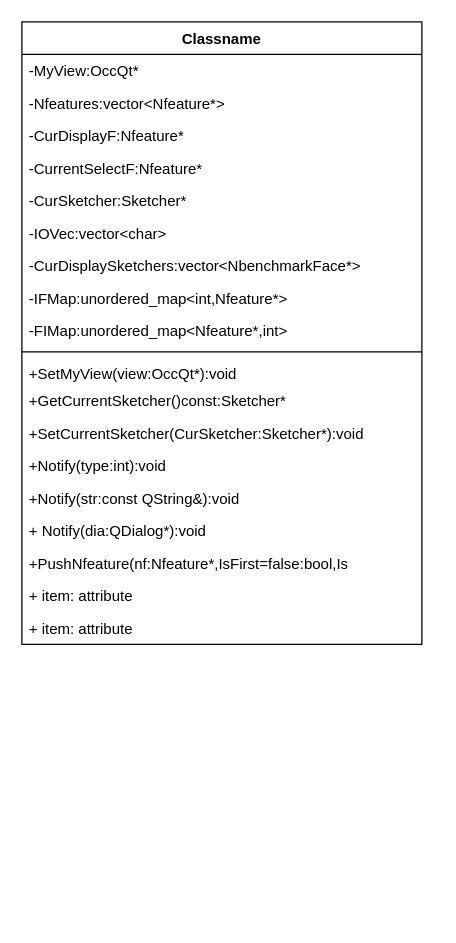
This is modeldata.drawio from liuhuliuhu123/First-test, a draw.io file, before an edit. Source tidied: cells renumbered, new cells numbered last; positions are measured from the earlier drawing's top-left corner, leaving out a move shared by most shapes. Both pictures are drawn from the tidied source at 125%, with x=0, y=0 at pixel (21, 21).
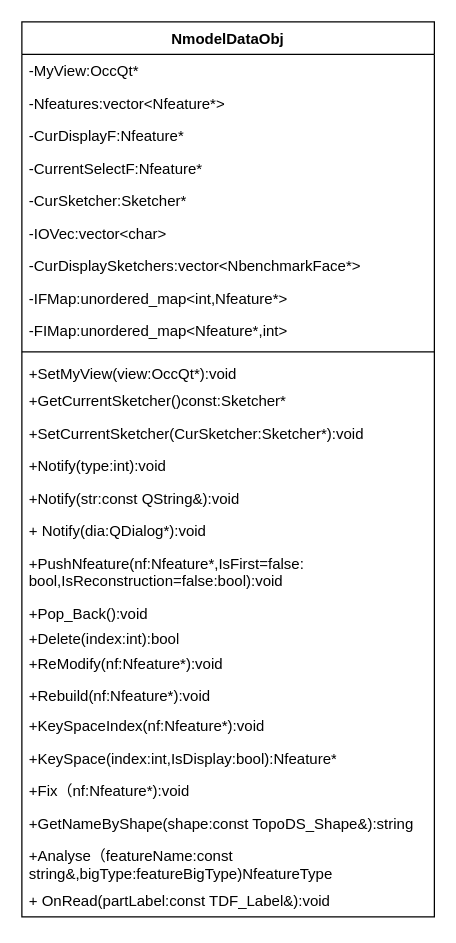
After the change.

The edit, as a diff of the source:
```diff
@@
-    <mxCell id="2" value="Classname" style="swimlane;fontStyle=1;align=center;verticalAlign=top;horizontal=1;startSize=26;whiteSpace=wrap;html=1;" parent="1" vertex="1">
-      <mxGeometry width="320" height="498" as="geometry" />
+    <mxCell id="2" value="NmodelDataObj" style="swimlane;fontStyle=1;align=center;verticalAlign=top;horizontal=1;startSize=26;whiteSpace=wrap;html=1;" parent="1" vertex="1">
+      <mxGeometry width="330" height="716" as="geometry" />
     </mxCell>
     <mxCell id="3" value="-MyView:OccQt*" style="text;strokeColor=none;fillColor=none;align=left;verticalAlign=top;spacingLeft=4;spacingRight=4;overflow=hidden;whiteSpace=wrap;html=1;" parent="2" vertex="1">
-      <mxGeometry y="26" width="320" height="26" as="geometry" />
+      <mxGeometry y="26" width="330" height="26" as="geometry" />
     </mxCell>
     <mxCell id="4" value="-Nfeatures:vector&amp;lt;Nfeature*&amp;gt;" style="text;strokeColor=none;fillColor=none;align=left;verticalAlign=top;spacingLeft=4;spacingRight=4;overflow=hidden;whiteSpace=wrap;html=1;" parent="2" vertex="1">
-      <mxGeometry y="52" width="320" height="26" as="geometry" />
+      <mxGeometry y="52" width="330" height="26" as="geometry" />
     </mxCell>
     <mxCell id="5" value="-CurDisplayF:Nfeature*" style="text;strokeColor=none;fillColor=none;align=left;verticalAlign=top;spacingLeft=4;spacingRight=4;overflow=hidden;whiteSpace=wrap;html=1;" parent="2" vertex="1">
-      <mxGeometry y="78" width="320" height="26" as="geometry" />
+      <mxGeometry y="78" width="330" height="26" as="geometry" />
     </mxCell>
     <mxCell id="6" value="-CurrentSelectF:Nfeature*" style="text;strokeColor=none;fillColor=none;align=left;verticalAlign=top;spacingLeft=4;spacingRight=4;overflow=hidden;whiteSpace=wrap;html=1;" parent="2" vertex="1">
-      <mxGeometry y="104" width="320" height="26" as="geometry" />
+      <mxGeometry y="104" width="330" height="26" as="geometry" />
     </mxCell>
     <mxCell id="7" value="-CurSketcher:Sketcher*" style="text;strokeColor=none;fillColor=none;align=left;verticalAlign=top;spacingLeft=4;spacingRight=4;overflow=hidden;whiteSpace=wrap;html=1;" parent="2" vertex="1">
-      <mxGeometry y="130" width="320" height="26" as="geometry" />
+      <mxGeometry y="130" width="330" height="26" as="geometry" />
     </mxCell>
     <mxCell id="8" value="-IOVec:vector&amp;lt;char&amp;gt;" style="text;strokeColor=none;fillColor=none;align=left;verticalAlign=top;spacingLeft=4;spacingRight=4;overflow=hidden;whiteSpace=wrap;html=1;" parent="2" vertex="1">
-      <mxGeometry y="156" width="320" height="26" as="geometry" />
+      <mxGeometry y="156" width="330" height="26" as="geometry" />
     </mxCell>
     <mxCell id="9" value="-CurDisplaySketchers:vector&amp;lt;NbenchmarkFace*&amp;gt;" style="text;strokeColor=none;fillColor=none;align=left;verticalAlign=top;spacingLeft=4;spacingRight=4;overflow=hidden;whiteSpace=wrap;html=1;" parent="2" vertex="1">
-      <mxGeometry y="182" width="320" height="26" as="geometry" />
+      <mxGeometry y="182" width="330" height="26" as="geometry" />
     </mxCell>
     <mxCell id="10" value="-IFMap:unordered_map&amp;lt;int,Nfeature*&amp;gt;" style="text;strokeColor=none;fillColor=none;align=left;verticalAlign=top;spacingLeft=4;spacingRight=4;overflow=hidden;whiteSpace=wrap;html=1;" parent="2" vertex="1">
-      <mxGeometry y="208" width="320" height="26" as="geometry" />
+      <mxGeometry y="208" width="330" height="26" as="geometry" />
     </mxCell>
     <mxCell id="11" value="-FIMap:unordered_map&amp;lt;Nfeature*,int&amp;gt;" style="text;strokeColor=none;fillColor=none;align=left;verticalAlign=top;spacingLeft=4;spacingRight=4;overflow=hidden;whiteSpace=wrap;html=1;" parent="2" vertex="1">
-      <mxGeometry y="234" width="320" height="26" as="geometry" />
+      <mxGeometry y="234" width="330" height="26" as="geometry" />
     </mxCell>
     <mxCell id="12" style="line;strokeWidth=1;fillColor=none;align=left;verticalAlign=middle;spacingTop=-1;spacingLeft=3;spacingRight=3;labelPosition=right;strokeColor=inherit;" parent="2" vertex="1">
-      <mxGeometry y="260" width="320" height="8" as="geometry" />
+      <mxGeometry y="260" width="330" height="8" as="geometry" />
     </mxCell>
     <mxCell id="13" value="+SetMyView(view:OccQt*):void" style="text;strokeColor=none;fillColor=none;align=left;verticalAlign=top;spacingLeft=4;spacingRight=4;overflow=hidden;whiteSpace=wrap;html=1;" parent="2" vertex="1">
-      <mxGeometry y="268" width="320" height="22" as="geometry" />
+      <mxGeometry y="268" width="330" height="22" as="geometry" />
     </mxCell>
     <mxCell id="14" value="+GetCurrentSketcher()const:Sketcher*" style="text;strokeColor=none;fillColor=none;align=left;verticalAlign=top;spacingLeft=4;spacingRight=4;overflow=hidden;whiteSpace=wrap;html=1;" parent="2" vertex="1">
-      <mxGeometry y="290" width="320" height="26" as="geometry" />
+      <mxGeometry y="290" width="330" height="26" as="geometry" />
     </mxCell>
     <mxCell id="15" value="+SetCurrentSketcher(CurSketcher:Sketcher*):void" style="text;strokeColor=none;fillColor=none;align=left;verticalAlign=top;spacingLeft=4;spacingRight=4;overflow=hidden;whiteSpace=wrap;html=1;" parent="2" vertex="1">
-      <mxGeometry y="316" width="320" height="26" as="geometry" />
+      <mxGeometry y="316" width="330" height="26" as="geometry" />
     </mxCell>
     <mxCell id="16" value="+Notify(type:int):void" style="text;strokeColor=none;fillColor=none;align=left;verticalAlign=top;spacingLeft=4;spacingRight=4;overflow=hidden;whiteSpace=wrap;html=1;" parent="2" vertex="1">
-      <mxGeometry y="342" width="320" height="26" as="geometry" />
+      <mxGeometry y="342" width="330" height="26" as="geometry" />
     </mxCell>
     <mxCell id="17" value="+Notify(str:const QString&amp;amp;):void" style="text;strokeColor=none;fillColor=none;align=left;verticalAlign=top;spacingLeft=4;spacingRight=4;overflow=hidden;whiteSpace=wrap;html=1;" parent="2" vertex="1">
-      <mxGeometry y="368" width="320" height="26" as="geometry" />
+      <mxGeometry y="368" width="330" height="26" as="geometry" />
     </mxCell>
     <mxCell id="18" value="+ Notify(dia:QDialog*):void&lt;br&gt;" style="text;strokeColor=none;fillColor=none;align=left;verticalAlign=top;spacingLeft=4;spacingRight=4;overflow=hidden;whiteSpace=wrap;html=1;" parent="2" vertex="1">
-      <mxGeometry y="394" width="320" height="26" as="geometry" />
+      <mxGeometry y="394" width="330" height="26" as="geometry" />
     </mxCell>
-    <mxCell id="19" value="+PushNfeature(nf:Nfeature*,IsFirst=false:bool,Is" style="text;strokeColor=none;fillColor=none;align=left;verticalAlign=top;spacingLeft=4;spacingRight=4;overflow=hidden;whiteSpace=wrap;html=1;" parent="2" vertex="1">
-      <mxGeometry y="420" width="320" height="26" as="geometry" />
+    <mxCell id="19" value="+PushNfeature(nf:Nfeature*,IsFirst=false:&lt;br&gt;bool,IsReconstruction=false:bool):void" style="text;strokeColor=none;fillColor=none;align=left;verticalAlign=top;spacingLeft=4;spacingRight=4;overflow=hidden;whiteSpace=wrap;html=1;" parent="2" vertex="1">
+      <mxGeometry y="420" width="330" height="40" as="geometry" />
     </mxCell>
-    <mxCell id="20" value="+ item: attribute" style="text;strokeColor=none;fillColor=none;align=left;verticalAlign=top;spacingLeft=4;spacingRight=4;overflow=hidden;whiteSpace=wrap;html=1;" parent="2" vertex="1">
-      <mxGeometry y="446" width="320" height="26" as="geometry" />
+    <mxCell id="20" value="+Pop_Back():void" style="text;strokeColor=none;fillColor=none;align=left;verticalAlign=top;spacingLeft=4;spacingRight=4;overflow=hidden;whiteSpace=wrap;html=1;" parent="2" vertex="1">
+      <mxGeometry y="460" width="330" height="20" as="geometry" />
     </mxCell>
+    <mxCell id="22" value="+Delete(index:int):bool" style="text;strokeColor=none;fillColor=none;align=left;verticalAlign=top;spacingLeft=4;spacingRight=4;overflow=hidden;whiteSpace=wrap;html=1;" parent="2" vertex="1">
+      <mxGeometry y="480" width="330" height="20" as="geometry" />
+    </mxCell>
+    <mxCell id="23" value="+ReModify(nf:Nfeature*):void" style="text;strokeColor=none;fillColor=none;align=left;verticalAlign=top;spacingLeft=4;spacingRight=4;overflow=hidden;whiteSpace=wrap;html=1;" parent="2" vertex="1">
+      <mxGeometry y="500" width="330" height="26" as="geometry" />
+    </mxCell>
-    <mxCell id="21" value="+ item: attribute" style="text;strokeColor=none;fillColor=none;align=left;verticalAlign=top;spacingLeft=4;spacingRight=4;overflow=hidden;whiteSpace=wrap;html=1;" parent="2" vertex="1">
-      <mxGeometry y="472" width="320" height="26" as="geometry" />
+    <mxCell id="21" value="+Rebuild(nf:Nfeature*):void" style="text;strokeColor=none;fillColor=none;align=left;verticalAlign=top;spacingLeft=4;spacingRight=4;overflow=hidden;whiteSpace=wrap;html=1;" parent="2" vertex="1">
+      <mxGeometry y="526" width="330" height="24" as="geometry" />
     </mxCell>
+    <mxCell id="24" value="+KeySpaceIndex(nf:Nfeature*):void" style="text;strokeColor=none;fillColor=none;align=left;verticalAlign=top;spacingLeft=4;spacingRight=4;overflow=hidden;whiteSpace=wrap;html=1;" parent="2" vertex="1">
+      <mxGeometry y="550" width="330" height="26" as="geometry" />
+    </mxCell>
+    <mxCell id="25" value="+KeySpace(index:int,IsDisplay:bool):Nfeature*" style="text;strokeColor=none;fillColor=none;align=left;verticalAlign=top;spacingLeft=4;spacingRight=4;overflow=hidden;whiteSpace=wrap;html=1;" parent="2" vertex="1">
+      <mxGeometry y="576" width="330" height="26" as="geometry" />
+    </mxCell>
+    <mxCell id="26" value="+Fix（nf:Nfeature*):void" style="text;strokeColor=none;fillColor=none;align=left;verticalAlign=top;spacingLeft=4;spacingRight=4;overflow=hidden;whiteSpace=wrap;html=1;" parent="2" vertex="1">
+      <mxGeometry y="602" width="330" height="26" as="geometry" />
+    </mxCell>
+    <mxCell id="27" value="+GetNameByShape(shape:const TopoDS_Shape&amp;amp;):string" style="text;strokeColor=none;fillColor=none;align=left;verticalAlign=top;spacingLeft=4;spacingRight=4;overflow=hidden;whiteSpace=wrap;html=1;" parent="2" vertex="1">
+      <mxGeometry y="628" width="330" height="26" as="geometry" />
+    </mxCell>
+    <mxCell id="28" value="+Analyse（featureName:const string&amp;amp;,bigType:featureBigType)NfeatureType" style="text;strokeColor=none;fillColor=none;align=left;verticalAlign=top;spacingLeft=4;spacingRight=4;overflow=hidden;whiteSpace=wrap;html=1;" parent="2" vertex="1">
+      <mxGeometry y="654" width="330" height="36" as="geometry" />
+    </mxCell>
+    <mxCell id="29" value="+ OnRead(partLabel:const TDF_Label&amp;amp;):void" style="text;strokeColor=none;fillColor=none;align=left;verticalAlign=top;spacingLeft=4;spacingRight=4;overflow=hidden;whiteSpace=wrap;html=1;" parent="2" vertex="1">
+      <mxGeometry y="690" width="330" height="26" as="geometry" />
+    </mxCell>
```
